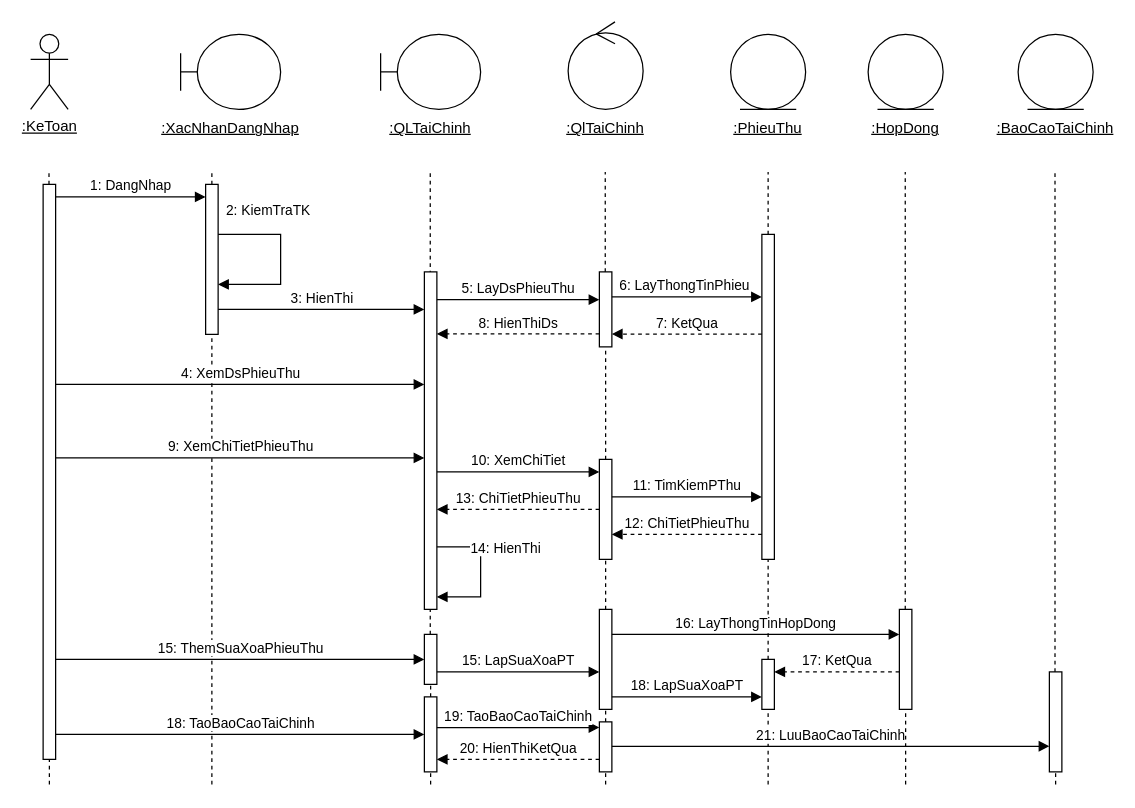
Earlier version of the draw.io diagram Phân tích thiết kế hệ thống/Tuan7/Tuantu/TuantuQLTaiChinh.drawio (Nguyeniris123/DH22IT01OU). Source tidied: cells renumbered, new cells numbered last; positions are measured from the earlier drawing's top-left corner, leaving out a move shared by most shapes. Both pictures are drawn from the tidied source at 125%, with x=0, y=0 at pixel (30, 21).
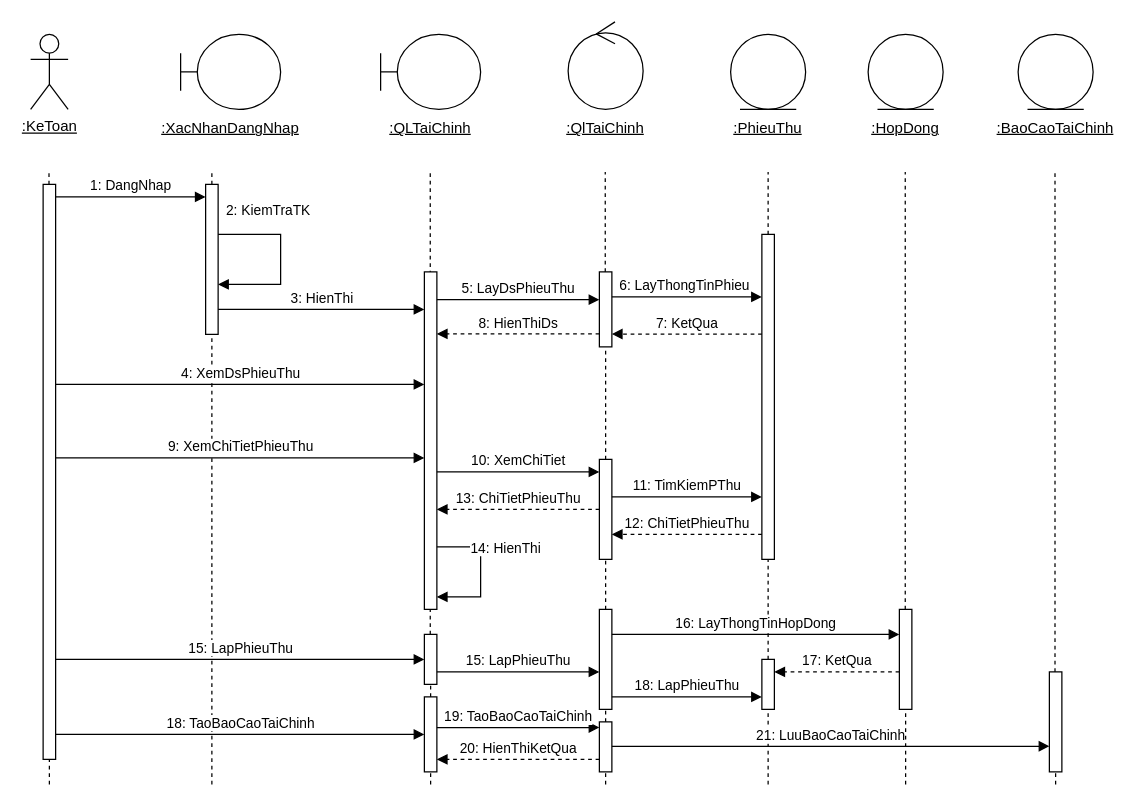
Above is the later version.

What changed in the source:
```diff
@@
-    <mxCell id="46" value="15: ThemSuaXoaPhieuThu" style="html=1;verticalAlign=bottom;endArrow=block;curved=0;rounded=0;" parent="1" edge="1">
+    <mxCell id="46" value="15: LapPhieuThu" style="html=1;verticalAlign=bottom;endArrow=block;curved=0;rounded=0;" parent="1" edge="1">
       <mxGeometry relative="1" as="geometry">
         <mxPoint x="20" y="510" as="sourcePoint" />
         <mxPoint x="315" y="510" as="targetPoint" />
       </mxGeometry>
     </mxCell>
@@
-    <mxCell id="49" value="15: LapSuaXoaPT" style="html=1;verticalAlign=bottom;endArrow=block;curved=0;rounded=0;" parent="1" edge="1">
+    <mxCell id="49" value="15: LapPhieuThu" style="html=1;verticalAlign=bottom;endArrow=block;curved=0;rounded=0;" parent="1" edge="1">
       <mxGeometry relative="1" as="geometry">
         <mxPoint x="325" y="520" as="sourcePoint" />
         <mxPoint x="455" y="520" as="targetPoint" />
       </mxGeometry>
     </mxCell>
@@
-    <mxCell id="56" value="18: LapSuaXoaPT" style="html=1;verticalAlign=bottom;endArrow=block;curved=0;rounded=0;" parent="1" edge="1">
+    <mxCell id="56" value="18: LapPhieuThu" style="html=1;verticalAlign=bottom;endArrow=block;curved=0;rounded=0;" parent="1" edge="1">
       <mxGeometry relative="1" as="geometry">
         <mxPoint x="465" y="540" as="sourcePoint" />
         <mxPoint x="585" y="540" as="targetPoint" />
       </mxGeometry>
     </mxCell>
```
